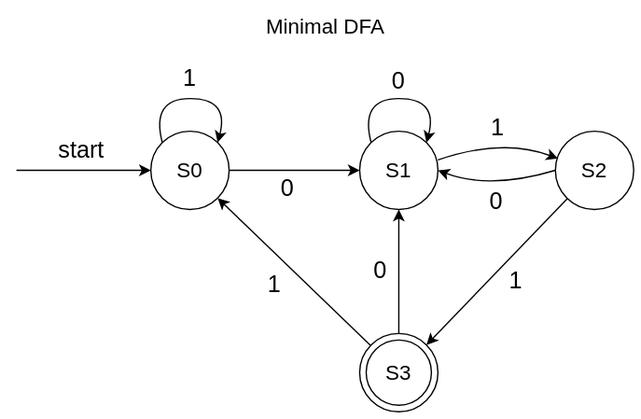
Earlier version of the draw.io export post/Implementation of a regular expression engine/image/hopcroft-6.svg (liuyunplus/yun-blog-builder). Source tidied: cells renumbered, new cells last; positions are measured from the earlier drawing's top-left corner, leaving out a move shared by most shapes. The source it was exported from:
```xml
<mxGraphModel>
  <root>
    <mxCell id="0" />
    <mxCell id="1" parent="0" />
    <mxCell id="2" value="&lt;span style=&quot;font-size: 16px&quot;&gt;Minimal DFA&lt;/span&gt;" style="text;html=1;strokeColor=none;fillColor=none;align=center;verticalAlign=middle;whiteSpace=wrap;rounded=0;sketch=0;" parent="1" vertex="1">
      <mxGeometry x="166.5" width="140" height="30" as="geometry" />
    </mxCell>
    <mxCell id="3" style="group;" parent="1" vertex="1">
      <mxGeometry y="42" width="473" height="268" as="geometry" />
    </mxCell>
    <mxCell id="4" value="&lt;span style=&quot;font-size: 16px&quot;&gt;S0&lt;/span&gt;" style="ellipse;whiteSpace=wrap;html=1;" parent="3" vertex="1">
      <mxGeometry x="103" y="53" width="60" height="60" as="geometry" />
    </mxCell>
    <mxCell id="5" value="&lt;span style=&quot;font-size: 16px&quot;&gt;S1&lt;/span&gt;" style="ellipse;whiteSpace=wrap;html=1;" parent="3" vertex="1">
      <mxGeometry x="263" y="53" width="60" height="60" as="geometry" />
    </mxCell>
    <mxCell id="6" style="rounded=0;jettySize=auto;html=1;entryX=0;entryY=0.5;entryDx=0;entryDy=0;" parent="3" edge="1" source="4" target="5">
      <mxGeometry x="123" y="-2" as="geometry" />
    </mxCell>
    <mxCell id="7" value="&lt;span style=&quot;font-size: 16px&quot;&gt;S2&lt;/span&gt;" style="ellipse;whiteSpace=wrap;html=1;" parent="3" vertex="1">
      <mxGeometry x="413" y="53" width="60" height="60" as="geometry" />
    </mxCell>
    <mxCell id="8" style="endArrow=none;html=1;entryX=1;entryY=0.367;entryDx=0;entryDy=0;curved=1;targetPerimeterSpacing=0;endSize=6;entryPerimeter=0;endFill=0;startArrow=classic;startFill=1;exitX=0.033;exitY=0.35;exitDx=0;exitDy=0;exitPerimeter=0;" parent="3" edge="1" source="7" target="5">
      <mxGeometry x="123" y="-2" as="geometry">
        <Array as="points">
          <mxPoint x="373" y="58" />
        </Array>
      </mxGeometry>
    </mxCell>
    <mxCell id="9" style="curved=1;endArrow=none;html=1;entryX=0;entryY=0;entryDx=0;entryDy=0;exitX=1;exitY=0;exitDx=0;exitDy=0;startArrow=classic;startFill=1;endFill=0;" parent="3" edge="1" source="4" target="4">
      <mxGeometry x="-97" y="-252" as="geometry">
        <Array as="points">
          <mxPoint x="163" y="28" />
          <mxPoint x="103" y="28" />
        </Array>
      </mxGeometry>
    </mxCell>
    <mxCell id="10" style="curved=1;endArrow=classic;html=1;entryX=1;entryY=0;entryDx=0;entryDy=0;exitX=0;exitY=0;exitDx=0;exitDy=0;" parent="3" edge="1" source="5" target="5">
      <mxGeometry x="123" y="-2" as="geometry">
        <Array as="points">
          <mxPoint x="263" y="28" />
          <mxPoint x="323" y="28" />
        </Array>
      </mxGeometry>
    </mxCell>
    <mxCell id="11" value="&lt;span style=&quot;font-size: 18px&quot;&gt;0&lt;/span&gt;" style="text;html=1;strokeColor=none;fillColor=none;align=center;verticalAlign=middle;whiteSpace=wrap;rounded=0;sketch=0;" parent="3" vertex="1">
      <mxGeometry x="193" y="84" width="30" height="25" as="geometry" />
    </mxCell>
    <mxCell id="12" value="&lt;font style=&quot;font-size: 18px&quot;&gt;1&lt;/font&gt;" style="text;html=1;strokeColor=none;fillColor=none;align=center;verticalAlign=middle;whiteSpace=wrap;rounded=0;sketch=0;" parent="3" vertex="1">
      <mxGeometry x="353.5" y="38" width="30" height="25" as="geometry" />
    </mxCell>
    <mxCell id="13" value="&lt;span style=&quot;font-size: 18px&quot;&gt;0&lt;/span&gt;" style="text;html=1;strokeColor=none;fillColor=none;align=center;verticalAlign=middle;whiteSpace=wrap;rounded=0;sketch=0;" parent="3" vertex="1">
      <mxGeometry x="353" y="94" width="30" height="25" as="geometry" />
    </mxCell>
    <mxCell id="14" value="&lt;span style=&quot;font-size: 18px&quot;&gt;0&lt;/span&gt;" style="text;html=1;strokeColor=none;fillColor=none;align=center;verticalAlign=middle;whiteSpace=wrap;rounded=0;sketch=0;" parent="3" vertex="1">
      <mxGeometry x="278" y="2" width="30" height="25" as="geometry" />
    </mxCell>
    <mxCell id="15" style="group;" parent="3" vertex="1">
      <mxGeometry x="263" y="208" width="60" height="60" as="geometry" />
    </mxCell>
    <mxCell id="16" style="ellipse;whiteSpace=wrap;html=1;" parent="15" vertex="1">
      <mxGeometry width="60" height="60" as="geometry" />
    </mxCell>
    <mxCell id="17" value="&lt;span style=&quot;font-size: 16px&quot;&gt;S3&lt;/span&gt;" style="ellipse;whiteSpace=wrap;html=1;" parent="15" vertex="1">
      <mxGeometry x="5" y="5" width="50" height="50" as="geometry" />
    </mxCell>
    <mxCell id="18" style="edgeStyle=none;rounded=0;jettySize=auto;html=1;entryX=0.5;entryY=1;entryDx=0;entryDy=0;fontSize=14;" parent="3" edge="1" source="16" target="5">
      <mxGeometry relative="1" as="geometry" />
    </mxCell>
    <mxCell id="19" style="edgeStyle=none;rounded=0;jettySize=auto;html=1;entryX=1;entryY=1;entryDx=0;entryDy=0;fontSize=14;" parent="3" edge="1" source="16" target="4">
      <mxGeometry relative="1" as="geometry" />
    </mxCell>
    <mxCell id="20" style="edgeStyle=none;rounded=0;jettySize=auto;html=1;entryX=0;entryY=0.5;entryDx=0;entryDy=0;fontSize=14;" parent="3" edge="1" target="4">
      <mxGeometry relative="1" as="geometry">
        <mxPoint y="83" as="sourcePoint" />
      </mxGeometry>
    </mxCell>
    <mxCell id="21" value="&lt;font style=&quot;font-size: 18px&quot;&gt;1&lt;/font&gt;" style="text;html=1;strokeColor=none;fillColor=none;align=center;verticalAlign=middle;whiteSpace=wrap;rounded=0;sketch=0;" parent="3" vertex="1">
      <mxGeometry x="183" y="158" width="30" height="25" as="geometry" />
    </mxCell>
    <mxCell id="22" value="&lt;span style=&quot;font-size: 18px&quot;&gt;0&lt;/span&gt;" style="text;html=1;strokeColor=none;fillColor=none;align=center;verticalAlign=middle;whiteSpace=wrap;rounded=0;sketch=0;" parent="3" vertex="1">
      <mxGeometry x="264" y="147" width="30" height="25" as="geometry" />
    </mxCell>
    <mxCell id="23" value="&lt;font style=&quot;font-size: 18px&quot;&gt;1&lt;/font&gt;" style="text;html=1;strokeColor=none;fillColor=none;align=center;verticalAlign=middle;whiteSpace=wrap;rounded=0;sketch=0;" parent="3" vertex="1">
      <mxGeometry x="368" y="155" width="30" height="25" as="geometry" />
    </mxCell>
    <mxCell id="24" value="&lt;font style=&quot;font-size: 18px&quot;&gt;1&lt;/font&gt;" style="text;html=1;strokeColor=none;fillColor=none;align=center;verticalAlign=middle;whiteSpace=wrap;rounded=0;sketch=0;" parent="3" vertex="1">
      <mxGeometry x="118" width="30" height="25" as="geometry" />
    </mxCell>
    <mxCell id="25" style="edgeStyle=none;rounded=0;jettySize=auto;html=1;entryX=1;entryY=0;entryDx=0;entryDy=0;fontSize=14;" parent="3" edge="1" source="7" target="16">
      <mxGeometry relative="1" as="geometry" />
    </mxCell>
    <mxCell id="26" style="curved=1;endArrow=classic;html=1;fontSize=14;entryX=1;entryY=0.5;entryDx=0;entryDy=0;exitX=0;exitY=0.5;exitDx=0;exitDy=0;" parent="3" edge="1" source="7" target="5">
      <mxGeometry relative="1" as="geometry">
        <Array as="points">
          <mxPoint x="363" y="98" />
        </Array>
      </mxGeometry>
    </mxCell>
    <mxCell id="27" value="&lt;font style=&quot;font-size: 18px&quot;&gt;start&lt;/font&gt;" style="text;html=1;strokeColor=none;fillColor=none;align=center;verticalAlign=middle;whiteSpace=wrap;rounded=0;" parent="3" vertex="1">
      <mxGeometry x="30" y="53" width="40" height="30" as="geometry" />
    </mxCell>
  </root>
</mxGraphModel>
```
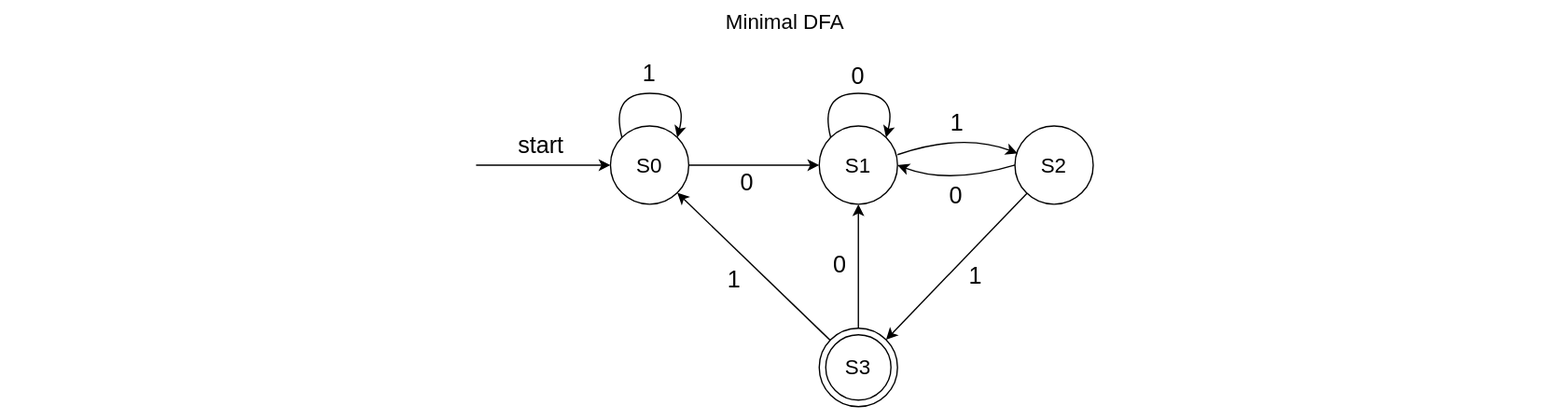
After the change.

Change to the diagram source:
```diff
@@ -2,10 +2,16 @@
   <root>
     <mxCell id="0" />
     <mxCell id="1" parent="0" />
+    <mxCell id="28" style="rounded=0;whiteSpace=wrap;html=1;strokeColor=none;" parent="1" vertex="1">
+      <mxGeometry x="-363.5" y="-1" width="1200" height="320" as="geometry" />
+    </mxCell>
+    <mxCell id="29" style="group;" parent="1" vertex="1">
+      <mxGeometry width="473" height="310" as="geometry" />
+    </mxCell>
-    <mxCell id="2" value="&lt;span style=&quot;font-size: 16px&quot;&gt;Minimal DFA&lt;/span&gt;" style="text;html=1;strokeColor=none;fillColor=none;align=center;verticalAlign=middle;whiteSpace=wrap;rounded=0;sketch=0;" parent="1" vertex="1">
+    <mxCell id="2" value="&lt;span style=&quot;font-size: 16px&quot;&gt;Minimal DFA&lt;/span&gt;" style="text;html=1;strokeColor=none;fillColor=none;align=center;verticalAlign=middle;whiteSpace=wrap;rounded=0;sketch=0;" parent="29" vertex="1">
       <mxGeometry x="166.5" width="140" height="30" as="geometry" />
     </mxCell>
-    <mxCell id="3" style="group;" parent="1" vertex="1">
+    <mxCell id="3" style="group;" parent="29" vertex="1">
       <mxGeometry y="42" width="473" height="268" as="geometry" />
     </mxCell>
     <mxCell id="4" value="&lt;span style=&quot;font-size: 16px&quot;&gt;S0&lt;/span&gt;" style="ellipse;whiteSpace=wrap;html=1;" parent="3" vertex="1">
```
